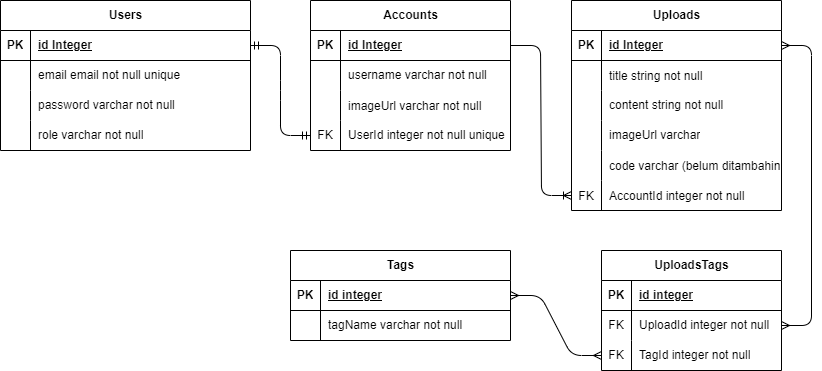
This is erdPP.drawio.png from hdwiputra/pp-caber, a draw.io export, as it was before one commit. Source tidied: cells renumbered, new cells last; positions are measured from the earlier drawing's top-left corner, leaving out a move shared by most shapes.
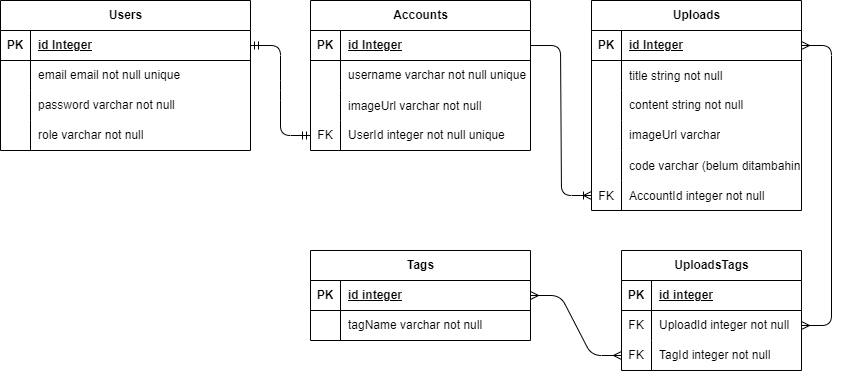
Later version of the same file.

What changed in the source:
```diff
@@ -3,7 +3,7 @@
     <mxCell id="0" />
     <mxCell id="1" parent="0" />
     <mxCell id="2" value="Users" style="shape=table;startSize=30;rowLines=0;fontStyle=1;align=center;html=1;" parent="1" vertex="1">
-      <mxGeometry width="250" height="150" as="geometry" />
+      <mxGeometry x="-20" width="250" height="150" as="geometry" />
     </mxCell>
     <mxCell id="3" style="shape=tableRow;horizontal=0;startSize=0;swimlaneHead=0;swimlaneBody=0;fillColor=none;points=[[0,0.5],[1,0.5]];portConstraint=eastwest;top=0;left=0;right=0;bottom=1;" parent="2" vertex="1">
       <mxGeometry y="30" width="250" height="30" as="geometry" />
@@ -42,43 +42,43 @@
       <mxGeometry x="30" width="220" height="30" as="geometry" />
     </mxCell>
     <mxCell id="15" value="Accounts" style="shape=table;startSize=30;rowLines=0;fontStyle=1;align=center;html=1;" parent="1" vertex="1">
-      <mxGeometry x="310" width="200" height="150" as="geometry" />
+      <mxGeometry x="290" width="220" height="150" as="geometry" />
     </mxCell>
     <mxCell id="16" style="shape=tableRow;horizontal=0;startSize=0;swimlaneHead=0;swimlaneBody=0;fillColor=none;points=[[0,0.5],[1,0.5]];portConstraint=eastwest;top=0;left=0;right=0;bottom=1;" parent="15" vertex="1">
-      <mxGeometry y="30" width="200" height="30" as="geometry" />
+      <mxGeometry y="30" width="220" height="30" as="geometry" />
     </mxCell>
     <mxCell id="17" value="PK" style="shape=partialRectangle;fillColor=none;top=0;left=0;bottom=0;right=0;fontStyle=1;overflow=hidden;whiteSpace=wrap;html=1;" parent="16" vertex="1">
       <mxGeometry width="30" height="30" as="geometry" />
     </mxCell>
     <mxCell id="18" value="id Integer" style="shape=partialRectangle;fillColor=none;top=0;left=0;bottom=0;right=0;align=left;spacingLeft=6;fontStyle=5;overflow=hidden;whiteSpace=wrap;html=1;" parent="16" vertex="1">
-      <mxGeometry x="30" width="170" height="30" as="geometry" />
+      <mxGeometry x="30" width="190" height="30" as="geometry" />
     </mxCell>
     <mxCell id="19" style="shape=tableRow;horizontal=0;startSize=0;swimlaneHead=0;swimlaneBody=0;fillColor=none;top=0;left=0;right=0;bottom=0;" parent="15" vertex="1">
-      <mxGeometry y="60" width="200" height="30" as="geometry" />
+      <mxGeometry y="60" width="220" height="30" as="geometry" />
     </mxCell>
     <mxCell id="20" style="shape=partialRectangle;fillColor=none;top=0;left=0;bottom=0;right=0;overflow=hidden;whiteSpace=wrap;html=1;" parent="19" vertex="1">
       <mxGeometry width="30" height="30" as="geometry" />
     </mxCell>
-    <mxCell id="21" value="username varchar&amp;nbsp;&lt;span style=&quot;color: rgb(0, 0, 0); text-wrap-mode: nowrap;&quot;&gt;not null&lt;/span&gt;" style="shape=partialRectangle;fillColor=none;top=0;left=0;bottom=0;right=0;align=left;spacingLeft=6;overflow=hidden;whiteSpace=wrap;html=1;" parent="19" vertex="1">
-      <mxGeometry x="30" width="170" height="30" as="geometry" />
+    <mxCell id="21" value="username varchar&amp;nbsp;&lt;span style=&quot;color: rgb(0, 0, 0); text-wrap-mode: nowrap;&quot;&gt;not null unique&lt;/span&gt;" style="shape=partialRectangle;fillColor=none;top=0;left=0;bottom=0;right=0;align=left;spacingLeft=6;overflow=hidden;whiteSpace=wrap;html=1;" parent="19" vertex="1">
+      <mxGeometry x="30" width="190" height="30" as="geometry" />
     </mxCell>
     <mxCell id="22" style="shape=tableRow;horizontal=0;startSize=0;swimlaneHead=0;swimlaneBody=0;fillColor=none;top=0;left=0;right=0;bottom=0;" parent="15" vertex="1">
-      <mxGeometry y="90" width="200" height="30" as="geometry" />
+      <mxGeometry y="90" width="220" height="30" as="geometry" />
     </mxCell>
     <mxCell id="23" style="shape=partialRectangle;fillColor=none;top=0;left=0;bottom=0;right=0;overflow=hidden;" parent="22" vertex="1">
       <mxGeometry width="30" height="30" as="geometry" />
     </mxCell>
     <mxCell id="24" value="imageUrl varchar not null" style="shape=partialRectangle;fillColor=none;top=0;left=0;bottom=0;right=0;align=left;spacingLeft=6;overflow=hidden;" parent="22" vertex="1">
-      <mxGeometry x="30" width="170" height="30" as="geometry" />
+      <mxGeometry x="30" width="190" height="30" as="geometry" />
     </mxCell>
     <mxCell id="25" style="shape=tableRow;horizontal=0;startSize=0;swimlaneHead=0;swimlaneBody=0;fillColor=none;points=[[0,0.5],[1,0.5]];portConstraint=eastwest;top=0;left=0;right=0;bottom=0;" parent="15" vertex="1">
-      <mxGeometry y="120" width="200" height="30" as="geometry" />
+      <mxGeometry y="120" width="220" height="30" as="geometry" />
     </mxCell>
     <mxCell id="26" value="FK" style="shape=partialRectangle;fillColor=none;top=0;left=0;bottom=0;right=0;overflow=hidden;whiteSpace=wrap;html=1;" parent="25" vertex="1">
       <mxGeometry width="30" height="30" as="geometry" />
     </mxCell>
     <mxCell id="27" value="UserId integer&amp;nbsp;&lt;span style=&quot;color: rgb(0, 0, 0); text-wrap-mode: nowrap;&quot;&gt;not null unique&lt;/span&gt;" style="shape=partialRectangle;fillColor=none;top=0;left=0;bottom=0;right=0;align=left;spacingLeft=6;overflow=hidden;whiteSpace=wrap;html=1;" parent="25" vertex="1">
-      <mxGeometry x="30" width="170" height="30" as="geometry" />
+      <mxGeometry x="30" width="190" height="30" as="geometry" />
     </mxCell>
     <mxCell id="28" style="edgeStyle=entityRelationEdgeStyle;fontSize=12;html=1;endArrow=ERmandOne;startArrow=ERmandOne;exitX=1;exitY=0.5;exitDx=0;exitDy=0;entryX=0;entryY=0.5;entryDx=0;entryDy=0;" parent="1" edge="1" source="3" target="25">
       <mxGeometry relative="1" as="geometry" />
```
